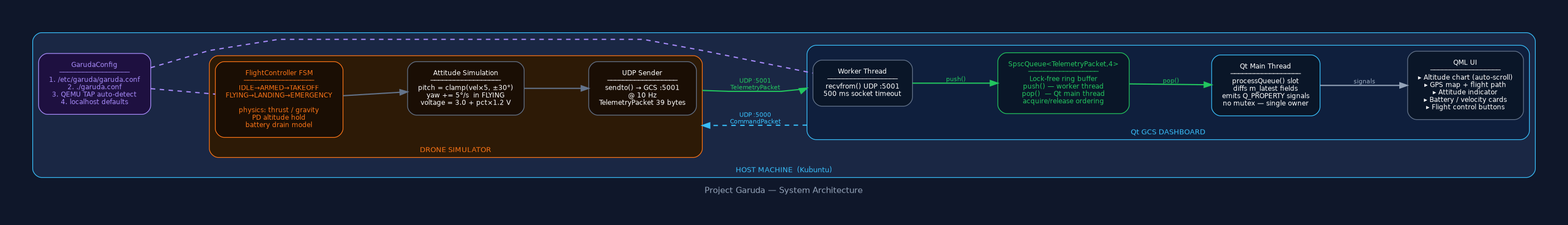
SurKM9/Project-Garuda keeps this Graphviz diagram as assets/architecture.png. Above is the earlier version. Its source is kept beside it as assets/architecture.dot. The source it was exported from:
```dot
digraph garuda {
    graph [
        bgcolor="#0f172a"
        fontname="Helvetica"
        fontcolor="#94a3b8"
        rankdir=LR
        compound=true
        newrank=true
        pad=0.5
        nodesep=0.4
        ranksep=1.2
        label="Project Garuda — System Architecture"
        labelloc=b
        fontsize=11
        splines=polyline
    ]

    node [
        fontname="Helvetica"
        fontcolor="white"
        style="filled,rounded"
        shape=box
        margin="0.2,0.15"
        fontsize=9
    ]

    edge [
        fontname="Helvetica"
        fontsize=8
        penwidth=1.6
    ]

    subgraph cluster_host {
        label="HOST MACHINE  (Kubuntu)"
        style="filled,rounded"
        fillcolor="#1a2744"
        color="#38bdf8"
        fontcolor="#38bdf8"
        fontsize=10

        config [
            label="GarudaConfig\n──────────────────\n1. /etc/garuda/garuda.conf\n2. ./garuda.conf\n3. QEMU TAP auto-detect\n4. localhost defaults"
            fillcolor="#1e1040" color="#a78bfa" fontcolor="#a78bfa"
        ]

        subgraph cluster_sim {
            label="DRONE SIMULATOR"
            style="filled,rounded"
            fillcolor="#2d1a06"
            color="#f97316"
            fontcolor="#f97316"
            fontsize=10

            fsm [
                label="FlightController FSM\n──────────────────\nIDLE→ARMED→TAKEOFF\nFLYING→LANDING→EMERGENCY\n\nphysics: thrust / gravity\nPD altitude hold\nbattery drain model"
                fillcolor="#1a0e04" color="#f97316" fontcolor="#f97316"
            ]
            attitude [
                label="Attitude Simulation\n──────────────────\npitch = clamp(vel×5, ±30°)\nyaw += 5°/s  in FLYING\nvoltage = 3.0 + pct×1.2 V"
                fillcolor="#1a0e04" color="#64748b"
            ]
            udp_tx [
                label="UDP Sender\n──────────────────\nsendto() → GCS :5001\n@ 10 Hz\nTelemetryPacket 39 bytes"
                fillcolor="#1a0e04" color="#64748b"
            ]
            fsm -> attitude [color="#64748b"]
            attitude -> udp_tx [color="#64748b"]
        }

        subgraph cluster_dashboard {
            label="Qt GCS DASHBOARD"
            style="filled,rounded"
            fillcolor="#0f1f3d"
            color="#38bdf8"
            fontcolor="#38bdf8"
            fontsize=10

            worker [
                label="Worker Thread\n──────────────────\nrecvfrom() UDP :5001\n500 ms socket timeout"
                fillcolor="#0a1628" color="#64748b"
            ]
            spsc [
                label="SpscQueue\<TelemetryPacket,4\>\n──────────────────\nLock-free ring buffer\npush() — worker thread\npop()  — Qt main thread\nacquire/release ordering"
                fillcolor="#0a1628" color="#22c55e" fontcolor="#22c55e"
            ]
            qtmain [
                label="Qt Main Thread\n──────────────────\nprocessQueue() slot\ndiffs m_latest fields\nemits Q_PROPERTY signals\nno mutex — single owner"
                fillcolor="#0a1628" color="#38bdf8"
            ]
            ui [
                label="QML UI\n──────────────────\n▸ Altitude chart (auto-scroll)\n▸ GPS map + flight path\n▸ Attitude indicator\n▸ Battery / velocity cards\n▸ Flight control buttons"
                fillcolor="#0a1628" color="#64748b"
            ]
            worker -> spsc  [label=" push()" color="#22c55e" fontcolor="#22c55e"]
            spsc  -> qtmain [label=" pop()" color="#22c55e" fontcolor="#22c55e"]
            qtmain -> ui    [label=" signals" color="#94a3b8" fontcolor="#94a3b8"]
        }

        config -> fsm    [style=dashed color="#a78bfa" fontcolor="#a78bfa" arrowhead=none]
        config -> worker [style=dashed color="#a78bfa" arrowhead=none]

        udp_tx -> worker [label=" UDP :5001\n TelemetryPacket" color="#22c55e" fontcolor="#22c55e" ltail=cluster_sim lhead=cluster_dashboard]
        qtmain -> fsm    [label=" UDP :5000\n CommandPacket" color="#38bdf8" fontcolor="#38bdf8" style=dashed ltail=cluster_dashboard lhead=cluster_sim]
    }
}
```
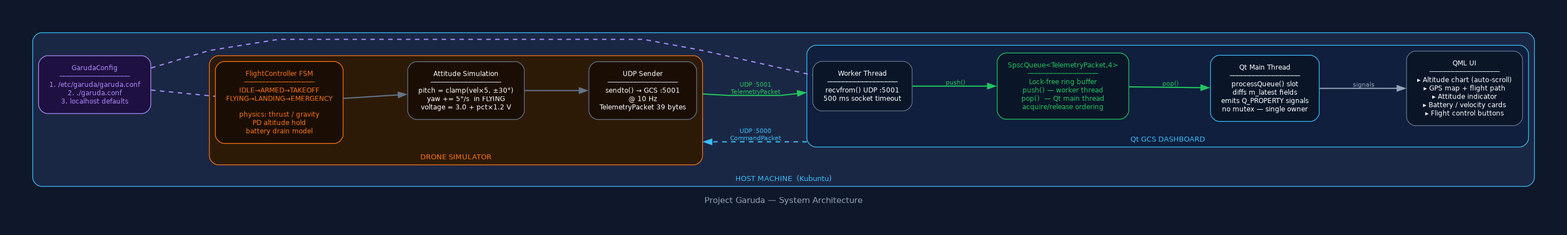
The same file after the commit.

Commit message:
docs: drop QEMU TAP from config docs

What changed in the source:
```diff
@@ -39,7 +39,7 @@
         fontsize=10
 
         config [
-            label="GarudaConfig\n──────────────────\n1. /etc/garuda/garuda.conf\n2. ./garuda.conf\n3. QEMU TAP auto-detect\n4. localhost defaults"
+            label="GarudaConfig\n──────────────────\n1. /etc/garuda/garuda.conf\n2. ./garuda.conf\n3. localhost defaults"
             fillcolor="#1e1040" color="#a78bfa" fontcolor="#a78bfa"
         ]
 
```
